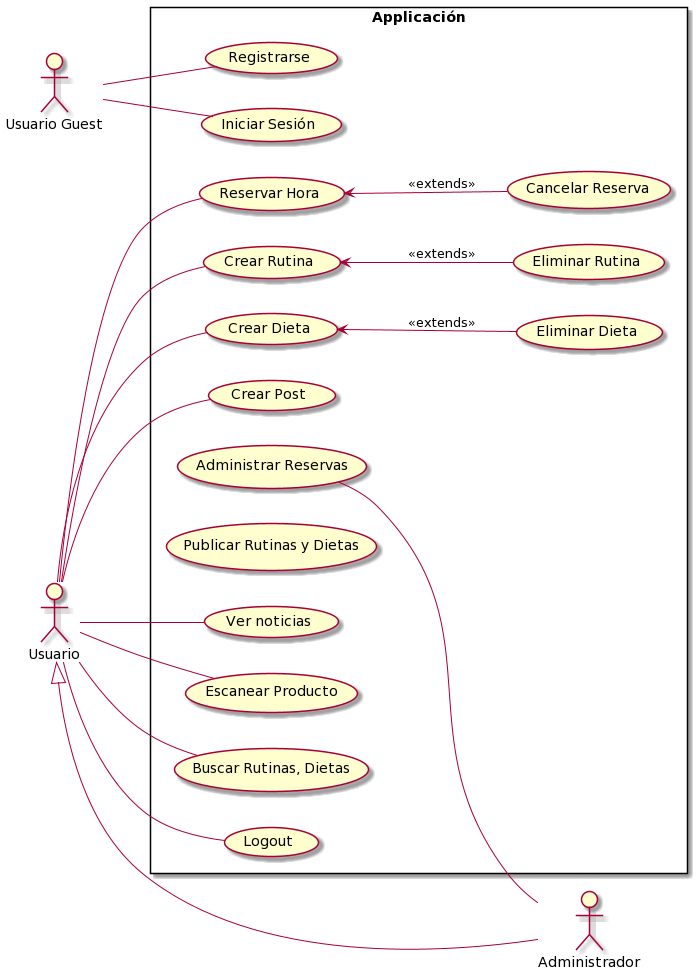
Above: documentation/images/casos_uso.png in Gymodo/App (PlantUML), before the change.
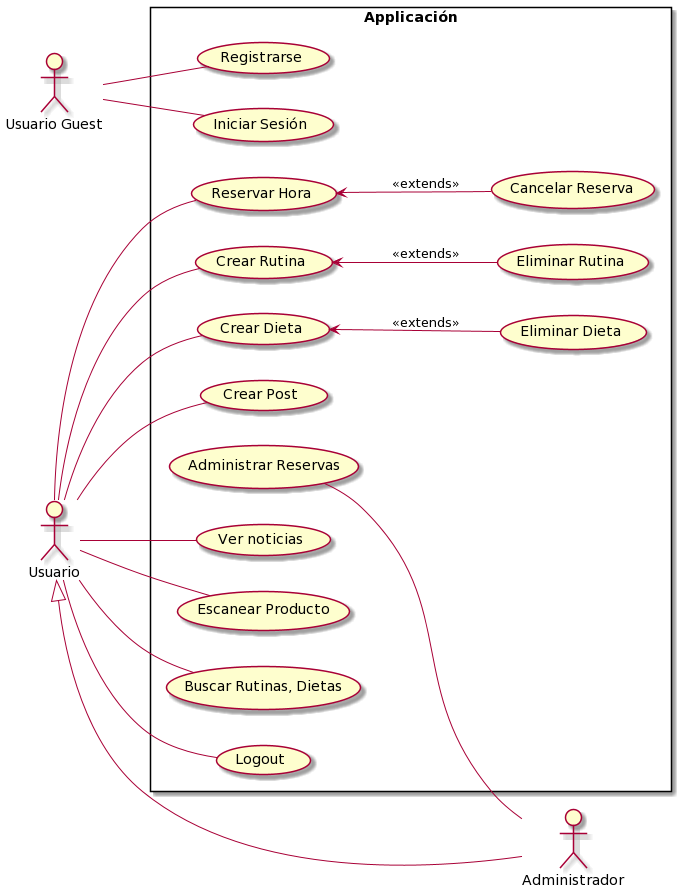
Above is the later version.

Change to the diagram source:
```diff
@@ -18,7 +18,6 @@
 (Eliminar Rutina) as (Eliminar)
 (Escanear Producto) as (Escanear)
 (Administrar Reservas) as (AdministrarReservas)
-(Publicar Rutinas y Dietas) as (Publicar)
 
 
 UsuarioAnonimo -- (Registrarse)
```
